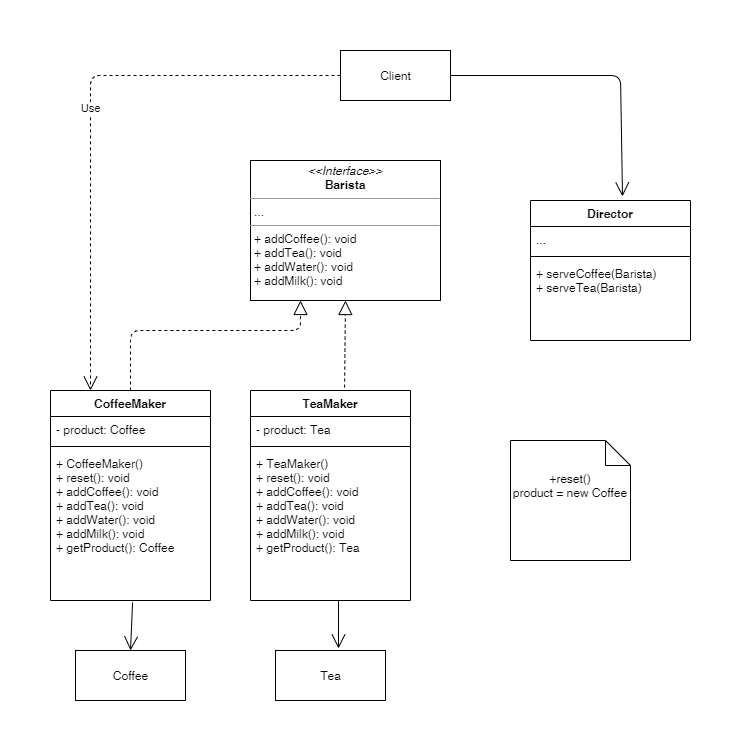
Yaltaphil/patterns keeps this draw.io diagram as creational/builder/myBuilderDiagram.png. Above is the earlier version. Source tidied: cells renumbered, new cells last; positions are measured from the earlier drawing's top-left corner, leaving out a move shared by most shapes. Its diagram source:
```xml
<mxGraphModel>
  <root>
    <mxCell id="0" />
    <mxCell id="1" parent="0" />
    <mxCell id="2" value="&lt;p style=&quot;margin: 0px ; margin-top: 4px ; text-align: center&quot;&gt;&lt;i&gt;&amp;lt;&amp;lt;Interface&amp;gt;&amp;gt;&lt;/i&gt;&lt;br&gt;&lt;b&gt;Barista&lt;/b&gt;&lt;/p&gt;&lt;hr size=&quot;1&quot;&gt;&lt;p style=&quot;margin: 0px ; margin-left: 4px&quot;&gt;...&lt;/p&gt;&lt;hr size=&quot;1&quot;&gt;&lt;p style=&quot;margin: 0px ; margin-left: 4px&quot;&gt;+ addCoffee(): void&lt;br&gt;+ addTea(): void&lt;br&gt;&lt;/p&gt;&lt;p style=&quot;margin: 0px ; margin-left: 4px&quot;&gt;+ addWater(): void&lt;br&gt;&lt;/p&gt;&lt;p style=&quot;margin: 0px ; margin-left: 4px&quot;&gt;+ addMilk(): void&lt;br&gt;&lt;/p&gt;" style="verticalAlign=top;align=left;overflow=fill;fontSize=12;fontFamily=Helvetica;html=1;" parent="1" vertex="1">
      <mxGeometry x="200" y="110" width="190" height="140" as="geometry" />
    </mxCell>
    <mxCell id="3" value="CoffeeMaker" style="swimlane;fontStyle=1;align=center;verticalAlign=top;horizontal=1;startSize=26;" parent="1" vertex="1">
      <mxGeometry y="340" width="160" height="210" as="geometry" />
    </mxCell>
    <mxCell id="4" value="- product: Coffee" style="text;strokeColor=none;fillColor=none;align=left;verticalAlign=top;spacingLeft=4;spacingRight=4;overflow=hidden;" parent="3" vertex="1">
      <mxGeometry y="26" width="160" height="26" as="geometry" />
    </mxCell>
    <mxCell id="5" style="line;strokeWidth=1;fillColor=none;align=left;verticalAlign=middle;spacingTop=-1;spacingLeft=3;spacingRight=3;labelPosition=right;" parent="3" vertex="1">
      <mxGeometry y="52" width="160" height="8" as="geometry" />
    </mxCell>
    <mxCell id="6" value="+ CoffeeMaker()&#10;+ reset(): void&#10;+ addCoffee(): void&#10;+ addTea(): void&#10;+ addWater(): void&#10;+ addMilk(): void&#10;+ getProduct(): Coffee&#10;" style="text;strokeColor=none;fillColor=none;align=left;verticalAlign=top;spacingLeft=4;spacingRight=4;overflow=hidden;points=[[0,0.5],[1,0.5]];portConstraint=eastwest;" parent="3" vertex="1">
      <mxGeometry y="60" width="160" height="150" as="geometry" />
    </mxCell>
    <mxCell id="7" value="TeaMaker" style="swimlane;fontStyle=1;align=center;verticalAlign=top;horizontal=1;startSize=26;" parent="1" vertex="1">
      <mxGeometry x="200" y="340" width="160" height="210" as="geometry" />
    </mxCell>
    <mxCell id="8" value="- product: Tea" style="text;strokeColor=none;fillColor=none;align=left;verticalAlign=top;spacingLeft=4;spacingRight=4;overflow=hidden;" parent="7" vertex="1">
      <mxGeometry y="26" width="160" height="26" as="geometry" />
    </mxCell>
    <mxCell id="9" style="line;strokeWidth=1;fillColor=none;align=left;verticalAlign=middle;spacingTop=-1;spacingLeft=3;spacingRight=3;labelPosition=right;" parent="7" vertex="1">
      <mxGeometry y="52" width="160" height="8" as="geometry" />
    </mxCell>
    <mxCell id="10" value="+ TeaMaker()&#10;+ reset(): void&#10;+ addCoffee(): void&#10;+ addTea(): void&#10;+ addWater(): void&#10;+ addMilk(): void&#10;+ getProduct(): Tea&#10;" style="text;strokeColor=none;fillColor=none;align=left;verticalAlign=top;spacingLeft=4;spacingRight=4;overflow=hidden;points=[[0,0.5],[1,0.5]];portConstraint=eastwest;" parent="7" vertex="1">
      <mxGeometry y="60" width="160" height="150" as="geometry" />
    </mxCell>
    <mxCell id="11" value="Coffee" style="html=1;" parent="1" vertex="1">
      <mxGeometry x="25" y="600" width="110" height="50" as="geometry" />
    </mxCell>
    <mxCell id="12" value="Tea" style="html=1;" parent="1" vertex="1">
      <mxGeometry x="225" y="600" width="110" height="50" as="geometry" />
    </mxCell>
    <mxCell id="13" style="endArrow=block;dashed=1;endFill=0;endSize=12;html=1;entryX=0.5;entryY=1;entryDx=0;entryDy=0;exitX=0.588;exitY=-0.014;exitDx=0;exitDy=0;exitPerimeter=0;" parent="1" edge="1" source="7" target="2">
      <mxGeometry relative="1" as="geometry" />
    </mxCell>
    <mxCell id="14" style="endArrow=block;dashed=1;endFill=0;endSize=12;html=1;exitX=0.5;exitY=0;exitDx=0;exitDy=0;" parent="1" edge="1" source="3">
      <mxGeometry relative="1" as="geometry">
        <mxPoint x="250" y="250" as="targetPoint" />
        <Array as="points">
          <mxPoint x="80" y="280" />
          <mxPoint x="250" y="280" />
        </Array>
      </mxGeometry>
    </mxCell>
    <mxCell id="15" value="Client" style="html=1;" parent="1" vertex="1">
      <mxGeometry x="290" width="110" height="50" as="geometry" />
    </mxCell>
    <mxCell id="16" style="endArrow=open;endFill=1;endSize=12;html=1;exitX=0.513;exitY=1.013;exitDx=0;exitDy=0;exitPerimeter=0;entryX=0.5;entryY=0;entryDx=0;entryDy=0;" parent="1" edge="1" source="6" target="11">
      <mxGeometry relative="1" as="geometry" />
    </mxCell>
    <mxCell id="17" style="endArrow=open;endFill=1;endSize=12;html=1;exitX=0.55;exitY=1;exitDx=0;exitDy=0;exitPerimeter=0;" parent="1" edge="1" source="10">
      <mxGeometry relative="1" as="geometry">
        <mxPoint x="288" y="598" as="targetPoint" />
      </mxGeometry>
    </mxCell>
    <mxCell id="18" value="Director" style="swimlane;fontStyle=1;align=center;verticalAlign=top;horizontal=1;startSize=26;" parent="1" vertex="1">
      <mxGeometry x="480" y="150" width="160" height="140" as="geometry" />
    </mxCell>
    <mxCell id="19" value="..." style="text;strokeColor=none;fillColor=none;align=left;verticalAlign=top;spacingLeft=4;spacingRight=4;overflow=hidden;" parent="18" vertex="1">
      <mxGeometry y="26" width="160" height="26" as="geometry" />
    </mxCell>
    <mxCell id="20" style="line;strokeWidth=1;fillColor=none;align=left;verticalAlign=middle;spacingTop=-1;spacingLeft=3;spacingRight=3;labelPosition=right;" parent="18" vertex="1">
      <mxGeometry y="52" width="160" height="8" as="geometry" />
    </mxCell>
    <mxCell id="21" value="+ serveCoffee(Barista)&#10;+ serveTea(Barista)" style="text;strokeColor=none;fillColor=none;align=left;verticalAlign=top;spacingLeft=4;spacingRight=4;overflow=hidden;" parent="18" vertex="1">
      <mxGeometry y="60" width="160" height="80" as="geometry" />
    </mxCell>
    <mxCell id="22" value="+reset()&lt;br&gt;product = new Coffee" style="shape=note2;boundedLbl=1;whiteSpace=wrap;html=1;size=25;verticalAlign=top;align=center;" parent="1" vertex="1">
      <mxGeometry x="460" y="390" width="120" height="120" as="geometry" />
    </mxCell>
    <mxCell id="23" style="endArrow=open;endFill=1;endSize=12;html=1;exitX=1;exitY=0.5;exitDx=0;exitDy=0;entryX=0.575;entryY=-0.029;entryDx=0;entryDy=0;entryPerimeter=0;" parent="1" edge="1" source="15" target="18">
      <mxGeometry relative="1" as="geometry">
        <Array as="points">
          <mxPoint x="570" y="25" />
        </Array>
      </mxGeometry>
    </mxCell>
    <mxCell id="24" value="Use" style="endArrow=open;endSize=12;dashed=1;html=1;exitX=0;exitY=0.5;exitDx=0;exitDy=0;entryX=0.25;entryY=0;entryDx=0;entryDy=0;" parent="1" edge="1" source="15" target="3">
      <mxGeometry relative="1" as="geometry">
        <Array as="points">
          <mxPoint x="40" y="25" />
        </Array>
      </mxGeometry>
    </mxCell>
  </root>
</mxGraphModel>
```
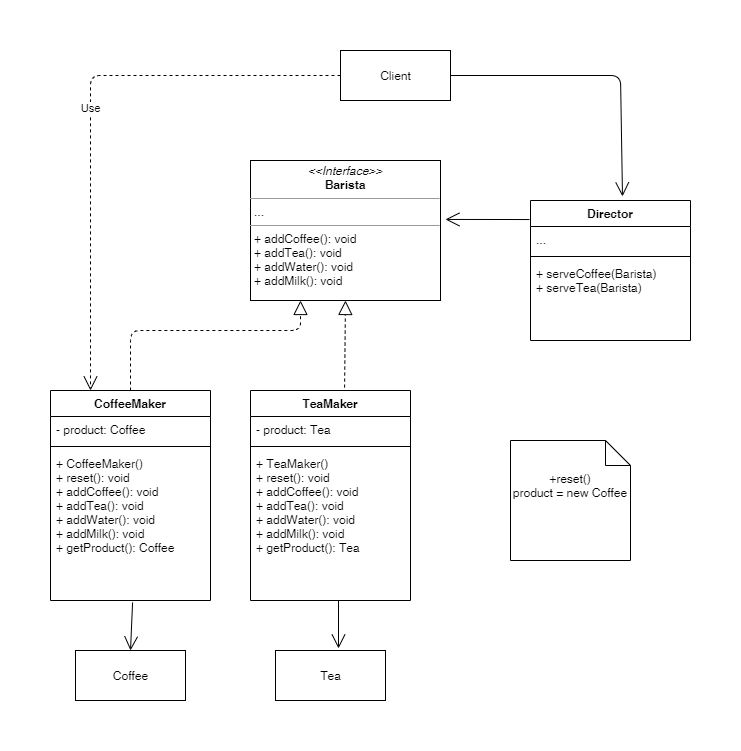
Above is the later version.

What changed in the source:
```diff
@@ -87,5 +87,8 @@
         </Array>
       </mxGeometry>
     </mxCell>
+    <mxCell id="25" style="endArrow=open;endFill=1;endSize=12;html=1;exitX=-0.006;exitY=0.136;exitDx=0;exitDy=0;exitPerimeter=0;entryX=1.026;entryY=0.421;entryDx=0;entryDy=0;entryPerimeter=0;" parent="1" edge="1" source="18" target="2">
+      <mxGeometry relative="1" as="geometry" />
+    </mxCell>
   </root>
 </mxGraphModel>
```
